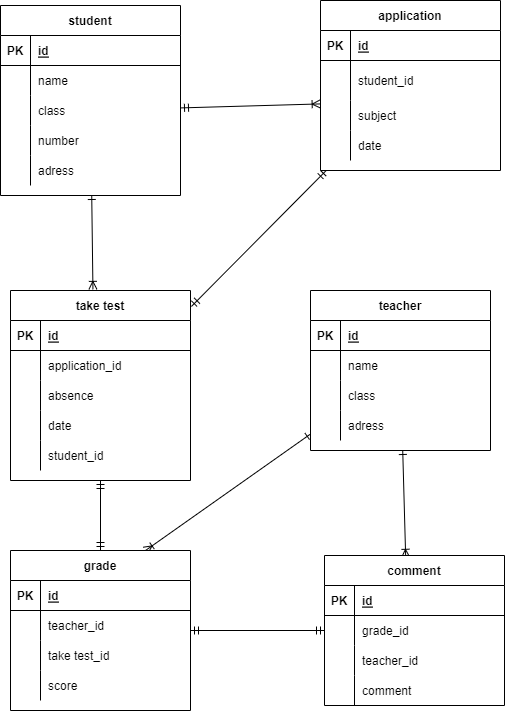
Above: test.drawio.png in nezutti/database-design-test (draw.io), before the change. Source tidied: cells renumbered, new cells last; positions are measured from the earlier drawing's top-left corner, leaving out a move shared by most shapes.
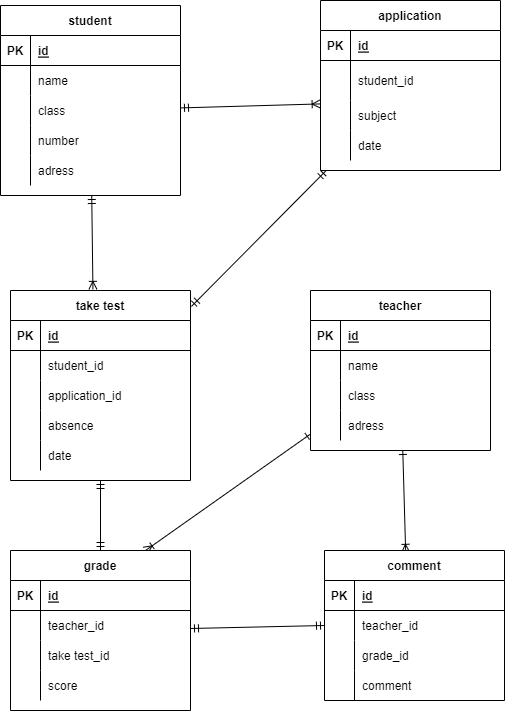
Later version of the same file.

The edit, as a diff of the source:
```diff
@@ -44,7 +44,7 @@
     <mxCell id="15" value="date" style="shape=partialRectangle;fillColor=none;top=0;left=0;bottom=0;right=0;align=left;spacingLeft=6;overflow=hidden;" parent="13" vertex="1">
       <mxGeometry x="30" width="150" height="30" as="geometry" />
     </mxCell>
-    <mxCell id="16" style="edgeStyle=none;html=1;entryX=0.458;entryY=-0.006;entryDx=0;entryDy=0;entryPerimeter=0;startArrow=ERone;startFill=0;endArrow=ERoneToMany;endFill=0;" parent="1" edge="1" source="17" target="34">
+    <mxCell id="16" style="edgeStyle=none;html=1;entryX=0.458;entryY=-0.006;entryDx=0;entryDy=0;entryPerimeter=0;startArrow=ERmandOne;startFill=0;endArrow=ERoneToMany;endFill=0;" parent="1" edge="1" source="17" target="34">
       <mxGeometry relative="1" as="geometry" />
     </mxCell>
     <mxCell id="17" value="student" style="shape=table;startSize=30;rowLines=0;fontStyle=1;align=center;" parent="1" vertex="1">
@@ -110,8 +110,17 @@
     <mxCell id="37" value="id" style="shape=partialRectangle;fillColor=none;top=0;left=0;bottom=0;right=0;align=left;spacingLeft=6;fontStyle=5;overflow=hidden;" parent="35" vertex="1">
       <mxGeometry x="30" width="150" height="30" as="geometry" />
     </mxCell>
+    <mxCell id="47" style="shape=partialRectangle;fillColor=none;top=0;left=0;bottom=0;right=0;" parent="34" vertex="1">
+      <mxGeometry y="60" width="180" height="30" as="geometry" />
+    </mxCell>
+    <mxCell id="48" style="shape=partialRectangle;fillColor=none;top=0;left=0;bottom=0;right=0;overflow=hidden;" parent="47" vertex="1">
+      <mxGeometry width="30" height="30" as="geometry" />
+    </mxCell>
+    <mxCell id="49" value="student_id" style="shape=partialRectangle;fillColor=none;top=0;left=0;bottom=0;right=0;align=left;spacingLeft=6;overflow=hidden;" parent="47" vertex="1">
+      <mxGeometry x="30" width="150" height="30" as="geometry" />
+    </mxCell>
     <mxCell id="38" style="shape=partialRectangle;fillColor=none;top=0;left=0;bottom=0;right=0;" parent="34" vertex="1">
-      <mxGeometry y="60" width="180" height="30" as="geometry" />
+      <mxGeometry y="90" width="180" height="30" as="geometry" />
     </mxCell>
     <mxCell id="39" style="shape=partialRectangle;fillColor=none;top=0;left=0;bottom=0;right=0;overflow=hidden;" parent="38" vertex="1">
       <mxGeometry width="30" height="30" as="geometry" />
@@ -120,7 +129,7 @@
       <mxGeometry x="30" width="150" height="30" as="geometry" />
     </mxCell>
     <mxCell id="41" style="shape=partialRectangle;fillColor=none;top=0;left=0;bottom=0;right=0;" parent="34" vertex="1">
-      <mxGeometry y="90" width="180" height="30" as="geometry" />
+      <mxGeometry y="120" width="180" height="30" as="geometry" />
     </mxCell>
     <mxCell id="42" style="shape=partialRectangle;fillColor=none;top=0;left=0;bottom=0;right=0;overflow=hidden;" parent="41" vertex="1">
       <mxGeometry width="30" height="30" as="geometry" />
@@ -129,7 +138,7 @@
       <mxGeometry x="30" width="150" height="30" as="geometry" />
     </mxCell>
     <mxCell id="44" style="shape=partialRectangle;fillColor=none;top=0;left=0;bottom=0;right=0;" parent="34" vertex="1">
-      <mxGeometry y="120" width="180" height="30" as="geometry" />
+      <mxGeometry y="150" width="180" height="30" as="geometry" />
     </mxCell>
     <mxCell id="45" style="shape=partialRectangle;fillColor=none;top=0;left=0;bottom=0;right=0;overflow=hidden;" parent="44" vertex="1">
       <mxGeometry width="30" height="30" as="geometry" />
@@ -137,15 +146,6 @@
     <mxCell id="46" value="date" style="shape=partialRectangle;fillColor=none;top=0;left=0;bottom=0;right=0;align=left;spacingLeft=6;overflow=hidden;" parent="44" vertex="1">
       <mxGeometry x="30" width="150" height="30" as="geometry" />
     </mxCell>
-    <mxCell id="47" style="shape=partialRectangle;fillColor=none;top=0;left=0;bottom=0;right=0;" parent="34" vertex="1">
-      <mxGeometry y="150" width="180" height="30" as="geometry" />
-    </mxCell>
-    <mxCell id="48" style="shape=partialRectangle;fillColor=none;top=0;left=0;bottom=0;right=0;overflow=hidden;" parent="47" vertex="1">
-      <mxGeometry width="30" height="30" as="geometry" />
-    </mxCell>
-    <mxCell id="49" value="student_id" style="shape=partialRectangle;fillColor=none;top=0;left=0;bottom=0;right=0;align=left;spacingLeft=6;overflow=hidden;" parent="47" vertex="1">
-      <mxGeometry x="30" width="150" height="30" as="geometry" />
-    </mxCell>
     <mxCell id="50" style="edgeStyle=none;html=1;entryX=0.451;entryY=0.012;entryDx=0;entryDy=0;entryPerimeter=0;startArrow=ERone;startFill=0;endArrow=ERoneToMany;endFill=0;" parent="1" edge="1" source="52" target="65">
       <mxGeometry relative="1" as="geometry" />
     </mxCell>
@@ -192,7 +192,7 @@
       <mxGeometry x="30" width="150" height="30" as="geometry" />
     </mxCell>
     <mxCell id="65" value="comment" style="shape=table;startSize=30;rowLines=0;fontStyle=1;align=center;fillColor=default;gradientColor=none;gradientDirection=north;" parent="1" vertex="1">
-      <mxGeometry x="324" y="555" width="180" height="150" as="geometry" />
+      <mxGeometry x="324" y="550" width="180" height="150" as="geometry" />
     </mxCell>
     <mxCell id="66" style="shape=partialRectangle;fillColor=none;top=0;left=0;bottom=1;right=0;" parent="65" vertex="1">
       <mxGeometry y="30" width="180" height="30" as="geometry" />
@@ -209,7 +209,7 @@
     <mxCell id="70" style="shape=partialRectangle;fillColor=none;top=0;left=0;bottom=0;right=0;overflow=hidden;" parent="69" vertex="1">
       <mxGeometry width="30" height="30" as="geometry" />
     </mxCell>
-    <mxCell id="71" value="grade_id" style="shape=partialRectangle;fillColor=none;top=0;left=0;bottom=0;right=0;align=left;spacingLeft=6;overflow=hidden;" parent="69" vertex="1">
+    <mxCell id="71" value="teacher_id" style="shape=partialRectangle;fillColor=none;top=0;left=0;bottom=0;right=0;align=left;spacingLeft=6;overflow=hidden;" parent="69" vertex="1">
       <mxGeometry x="30" width="150" height="30" as="geometry" />
     </mxCell>
     <mxCell id="72" style="shape=partialRectangle;fillColor=none;top=0;left=0;bottom=0;right=0;" parent="65" vertex="1">
@@ -218,7 +218,7 @@
     <mxCell id="73" style="shape=partialRectangle;fillColor=none;top=0;left=0;bottom=0;right=0;overflow=hidden;" parent="72" vertex="1">
       <mxGeometry width="30" height="30" as="geometry" />
     </mxCell>
-    <mxCell id="74" value="teacher_id" style="shape=partialRectangle;fillColor=none;top=0;left=0;bottom=0;right=0;align=left;spacingLeft=6;overflow=hidden;" parent="72" vertex="1">
+    <mxCell id="74" value="grade_id" style="shape=partialRectangle;fillColor=none;top=0;left=0;bottom=0;right=0;align=left;spacingLeft=6;overflow=hidden;" parent="72" vertex="1">
       <mxGeometry x="30" width="150" height="30" as="geometry" />
     </mxCell>
     <mxCell id="75" style="shape=partialRectangle;fillColor=none;top=0;left=0;bottom=0;right=0;" parent="65" vertex="1">
```
